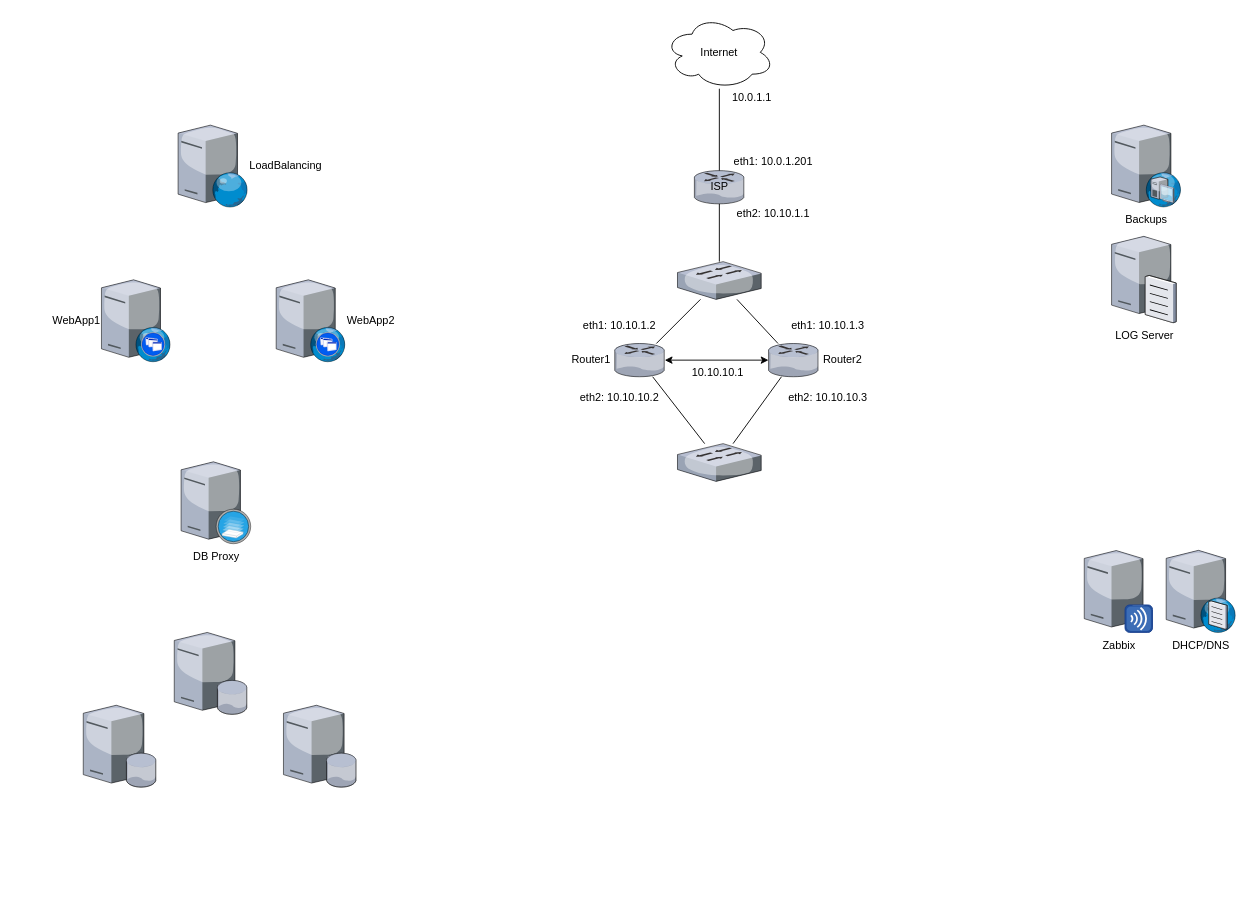
The draw.io diagram MainDiagram.drawio in OSPFS/OTUS-FINAL-PROJECT, before the edit. Source tidied: cells renumbered, new cells numbered last; positions are measured from the earlier drawing's top-left corner, leaving out a move shared by most shapes. Both pictures are drawn from the tidied source at 91%, with x=0, y=0 at pixel (83, 15).
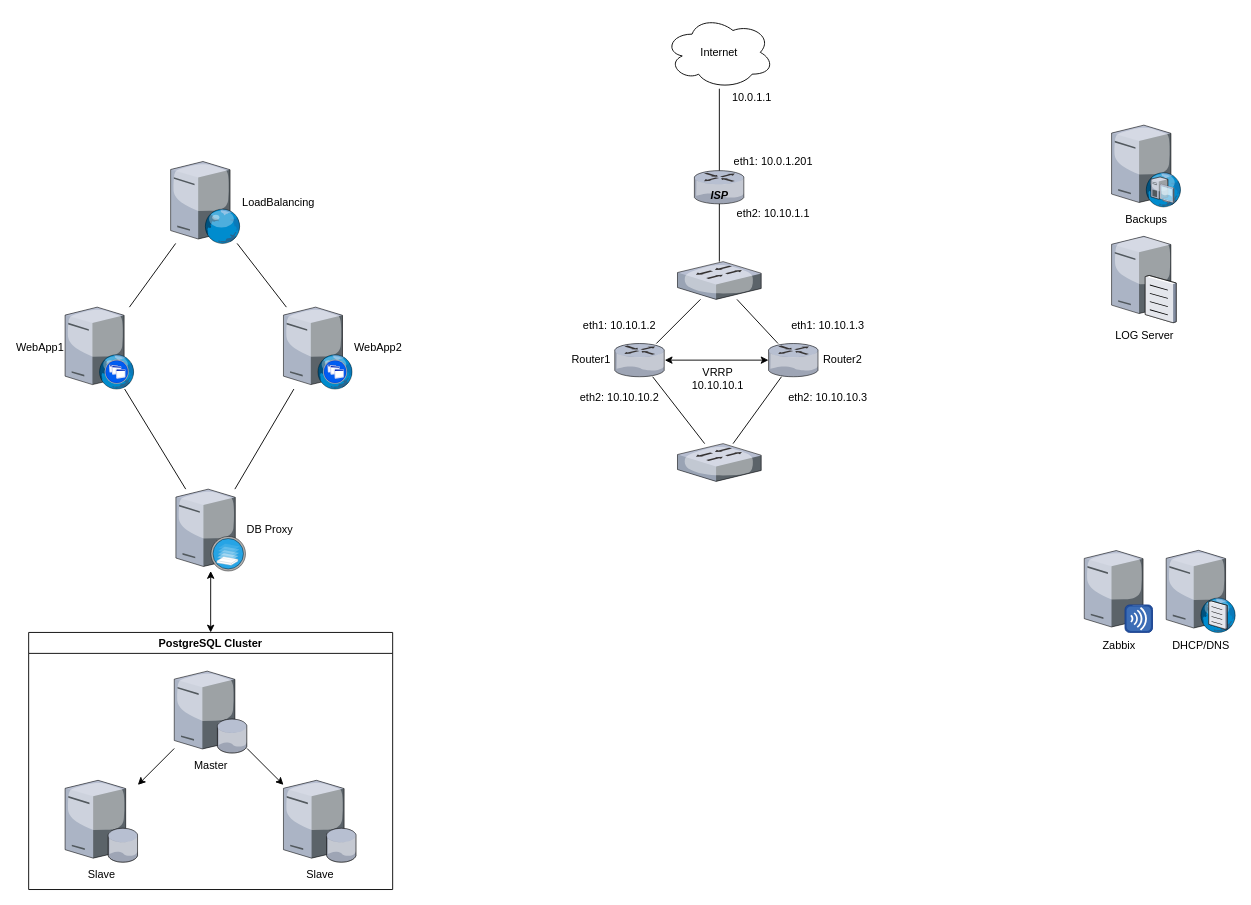
Above is the later version.

The change refers to these unchanged cells:
```xml
<mxCell id="32" style="endArrow=classic;startArrow=classic;html=1;" parent="1" edge="1" source="9" target="14">
  <mxGeometry relative="1" as="geometry" />
</mxCell>
```

What changed in the source:
```diff
@@
     <mxCell id="2" value="WebApp1" style="verticalLabelPosition=middle;html=1;verticalAlign=middle;strokeColor=none;align=right;outlineConnect=0;shape=mxgraph.citrix.xenapp_web;labelPosition=left;" parent="1" vertex="1">
-      <mxGeometry x="20" y="290" width="76" height="90" as="geometry" />
+      <mxGeometry x="-20" y="320" width="76" height="90" as="geometry" />
     </mxCell>
     <mxCell id="3" value="WebApp2" style="verticalLabelPosition=middle;html=1;verticalAlign=middle;strokeColor=none;align=left;outlineConnect=0;shape=mxgraph.citrix.xenapp_web;labelPosition=right;" parent="1" vertex="1">
-      <mxGeometry x="212" y="290" width="76" height="90" as="geometry" />
+      <mxGeometry x="220" y="320" width="76" height="90" as="geometry" />
     </mxCell>
     <mxCell id="4" value="LoadBalancing" style="verticalLabelPosition=middle;html=1;verticalAlign=middle;strokeColor=none;align=left;outlineConnect=0;shape=mxgraph.citrix.web_server;labelPosition=right;" parent="1" vertex="1">
-      <mxGeometry x="104.2" y="120" width="76.5" height="90" as="geometry" />
+      <mxGeometry x="96" y="160" width="76.5" height="90" as="geometry" />
     </mxCell>
-    <mxCell id="5" style="verticalLabelPosition=bottom;html=1;verticalAlign=top;strokeColor=none;align=center;outlineConnect=0;shape=mxgraph.citrix.database_server;" parent="1" vertex="1">
-      <mxGeometry x="100" y="677.5" width="80" height="90" as="geometry" />
+    <mxCell id="5" value="Master" style="verticalLabelPosition=bottom;html=1;verticalAlign=top;strokeColor=none;align=center;outlineConnect=0;shape=mxgraph.citrix.database_server;" parent="1" vertex="1">
+      <mxGeometry x="100" y="720" width="80" height="90" as="geometry" />
     </mxCell>
-    <mxCell id="6" style="verticalLabelPosition=bottom;html=1;verticalAlign=top;strokeColor=none;align=center;outlineConnect=0;shape=mxgraph.citrix.database_server;" parent="1" vertex="1">
-      <mxGeometry x="220" y="757.5" width="80" height="90" as="geometry" />
+    <mxCell id="6" value="Slave" style="verticalLabelPosition=bottom;html=1;verticalAlign=top;strokeColor=none;align=center;outlineConnect=0;shape=mxgraph.citrix.database_server;" parent="1" vertex="1">
+      <mxGeometry x="220" y="840" width="80" height="90" as="geometry" />
     </mxCell>
-    <mxCell id="7" style="verticalLabelPosition=bottom;html=1;verticalAlign=top;strokeColor=none;align=center;outlineConnect=0;shape=mxgraph.citrix.database_server;" parent="1" vertex="1">
-      <mxGeometry y="757.5" width="80" height="90" as="geometry" />
+    <mxCell id="7" value="Slave" style="verticalLabelPosition=bottom;html=1;verticalAlign=top;strokeColor=none;align=center;outlineConnect=0;shape=mxgraph.citrix.database_server;" parent="1" vertex="1">
+      <mxGeometry x="-20" y="840" width="80" height="90" as="geometry" />
     </mxCell>
-    <mxCell id="8" value="&lt;div&gt;DB Proxy&lt;/div&gt;" style="verticalLabelPosition=bottom;html=1;verticalAlign=top;strokeColor=none;align=center;outlineConnect=0;shape=mxgraph.citrix.xenserver;" parent="1" vertex="1">
-      <mxGeometry x="107.5" y="490" width="76.5" height="90" as="geometry" />
+    <mxCell id="8" value="&lt;div&gt;DB Proxy&lt;/div&gt;" style="verticalLabelPosition=middle;html=1;verticalAlign=middle;strokeColor=none;align=left;outlineConnect=0;shape=mxgraph.citrix.xenserver;labelPosition=right;" parent="1" vertex="1">
+      <mxGeometry x="101.8" y="520" width="76.5" height="90" as="geometry" />
     </mxCell>
@@
-    <mxCell id="15" value="&lt;div&gt;ISP&lt;/div&gt;" style="verticalLabelPosition=middle;html=1;verticalAlign=middle;strokeColor=none;align=center;outlineConnect=0;shape=mxgraph.citrix.router;labelPosition=center;" parent="1" vertex="1">
+    <mxCell id="15" value="&lt;div&gt;ISP&lt;/div&gt;" style="verticalLabelPosition=middle;html=1;verticalAlign=bottom;strokeColor=none;align=center;outlineConnect=0;shape=mxgraph.citrix.router;labelPosition=center;fontStyle=3;horizontal=1;" parent="1" vertex="1">
       <mxGeometry x="671.5" y="170" width="55" height="36.5" as="geometry" />
     </mxCell>
@@
-    <mxCell id="33" value="10.10.10.1" style="text;html=1;align=center;verticalAlign=top;" parent="32" vertex="1">
+    <mxCell id="33" value="VRRP&lt;br&gt;10.10.10.1" style="text;html=1;align=center;verticalAlign=top;" parent="32" vertex="1">
       <mxGeometry relative="1" as="geometry" />
     </mxCell>
+    <mxCell id="34" value="PostgreSQL Cluster" style="swimlane;" parent="1" vertex="1">
+      <mxGeometry x="-60" y="677.5" width="400" height="282.5" as="geometry" />
+    </mxCell>
+    <mxCell id="35" style="endArrow=classic;startArrow=classic;html=1;exitX=0.5;exitY=0;exitDx=0;exitDy=0;" parent="1" edge="1" source="34" target="8">
+      <mxGeometry relative="1" as="geometry" />
+    </mxCell>
+    <mxCell id="36" style="endArrow=none;html=1;" parent="1" edge="1" source="4" target="3">
+      <mxGeometry relative="1" as="geometry" />
+    </mxCell>
+    <mxCell id="37" style="endArrow=none;html=1;" parent="1" edge="1" source="2" target="4">
+      <mxGeometry relative="1" as="geometry" />
+    </mxCell>
+    <mxCell id="38" style="endArrow=none;html=1;" parent="1" edge="1" source="3" target="8">
+      <mxGeometry relative="1" as="geometry" />
+    </mxCell>
+    <mxCell id="39" style="endArrow=none;html=1;" parent="1" edge="1" source="2" target="8">
+      <mxGeometry relative="1" as="geometry" />
+    </mxCell>
+    <mxCell id="40" style="endArrow=classic;html=1;" parent="1" edge="1" source="5" target="7">
+      <mxGeometry relative="1" as="geometry" />
+    </mxCell>
+    <mxCell id="41" style="endArrow=classic;html=1;" parent="1" edge="1" source="5" target="6">
+      <mxGeometry relative="1" as="geometry" />
+    </mxCell>
```
